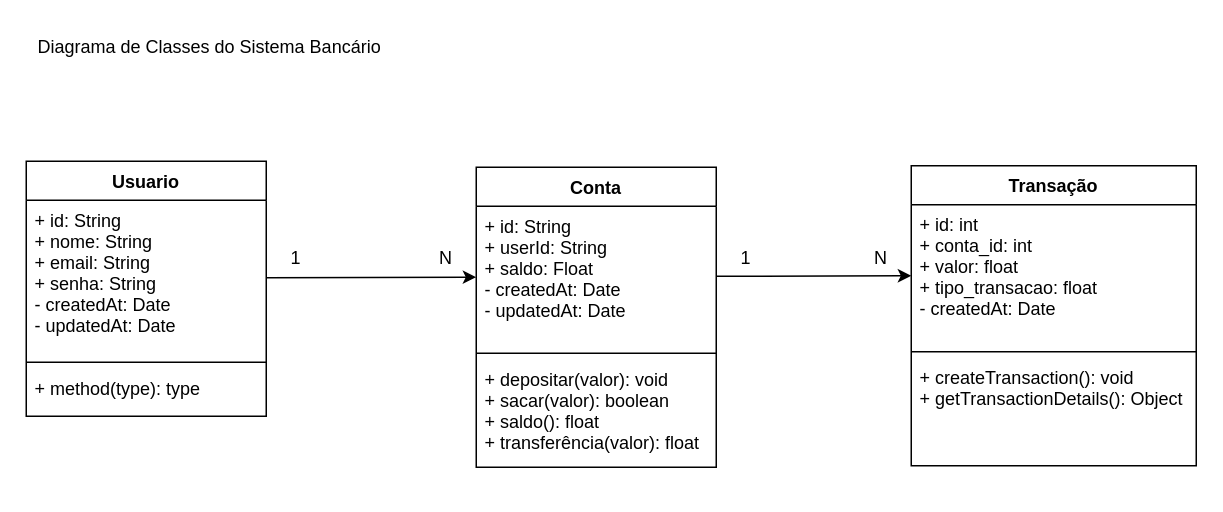
This is 03 Design/03 Diagramas/Diagrama de Classes do Sistema Bancário.drawio from leonardorsolar/minicurso-iff, a draw.io file, before an edit. Source tidied: cells renumbered, new cells numbered last; positions are measured from the earlier drawing's top-left corner, leaving out a move shared by most shapes. Both pictures are drawn from the tidied source at 150%, with x=0, y=0 at pixel (26, 26).
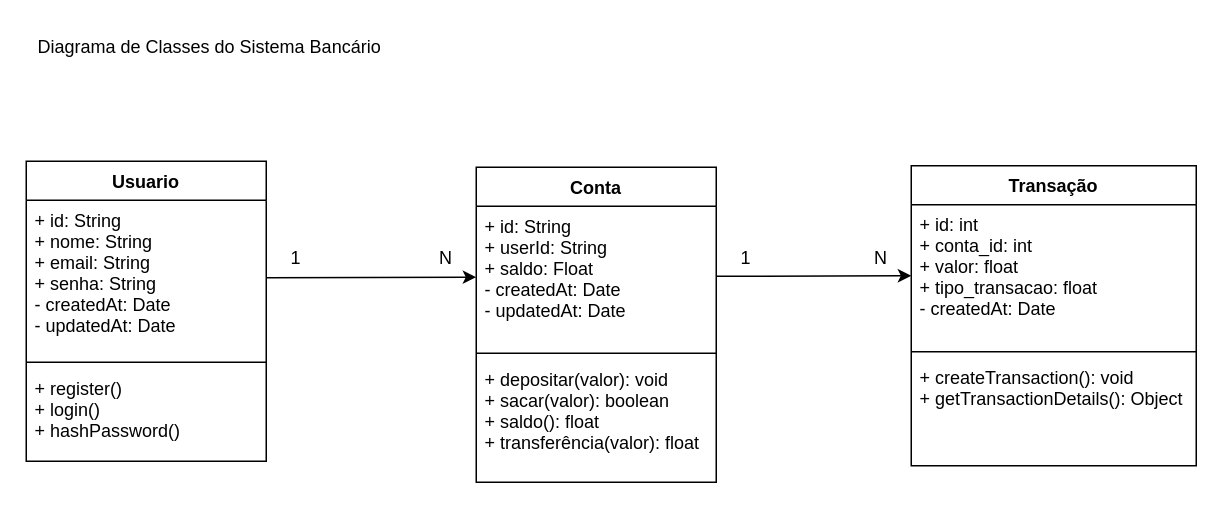
The same page after the edit.

The edit, as a diff of the source:
```diff
@@
     <mxCell id="2" value="Usuario" style="swimlane;fontStyle=1;align=center;verticalAlign=top;horizontal=1;startSize=26;" parent="1" vertex="1">
-      <mxGeometry y="90" width="160" height="170" as="geometry" />
+      <mxGeometry y="90" width="160" height="200" as="geometry" />
     </mxCell>
@@
-    <mxCell id="5" value="+ method(type): type" style="text;strokeColor=none;fillColor=none;align=left;verticalAlign=top;spacingLeft=4;spacingRight=4;overflow=hidden;" parent="2" vertex="1">
-      <mxGeometry y="138" width="160" height="32" as="geometry" />
+    <mxCell id="5" value="+ register()&#10;+ login() &#10;+ hashPassword()&#10;" style="text;strokeColor=none;fillColor=none;align=left;verticalAlign=top;spacingLeft=4;spacingRight=4;overflow=hidden;" parent="2" vertex="1">
+      <mxGeometry y="138" width="160" height="62" as="geometry" />
     </mxCell>
     <mxCell id="6" value="Conta" style="swimlane;fontStyle=1;align=center;verticalAlign=top;horizontal=1;startSize=26;" parent="1" vertex="1">
-      <mxGeometry x="300" y="94" width="160" height="200" as="geometry" />
+      <mxGeometry x="300" y="94" width="160" height="210" as="geometry" />
     </mxCell>
@@
     <mxCell id="9" value="+ depositar(valor): void&#10;+ sacar(valor): boolean&#10;+ saldo(): float&#10;+ transferência(valor): float" style="text;strokeColor=none;fillColor=none;align=left;verticalAlign=top;spacingLeft=4;spacingRight=4;overflow=hidden;" parent="6" vertex="1">
-      <mxGeometry y="128" width="160" height="72" as="geometry" />
+      <mxGeometry y="128" width="160" height="82" as="geometry" />
     </mxCell>
```
